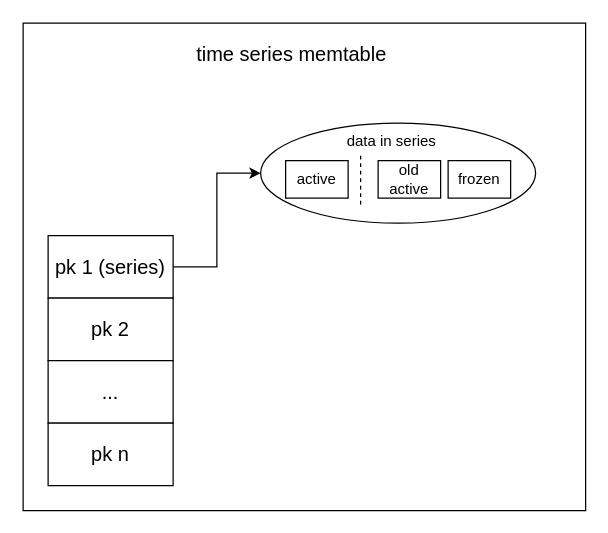
Before: memtable.drawio in Rachelint/drawio-store, a draw.io diagram. Source tidied: cells renumbered, new cells numbered last; positions are measured from the earlier drawing's top-left corner, leaving out a move shared by most shapes. Both pictures are drawn from the tidied source at 125%, with x=0, y=0 at pixel (22, 22).
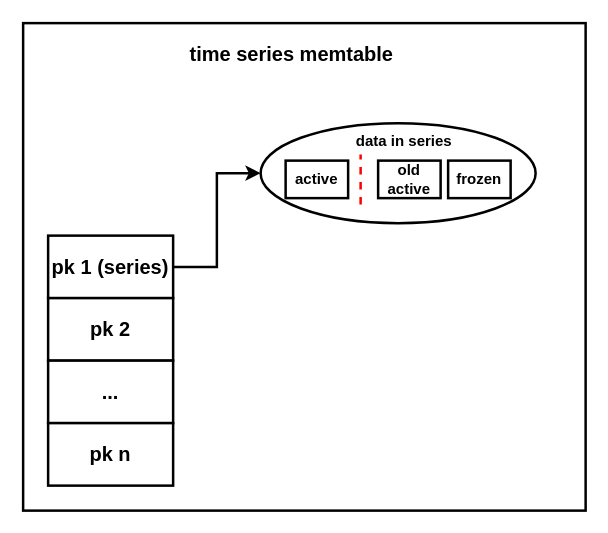
The same diagram, later.

What changed in the source:
```diff
@@
 <mxGraphModel>
   <root>
     <mxCell id="0" />
     <mxCell id="1" parent="0" />
-    <mxCell id="2" style="rounded=0;whiteSpace=wrap;html=1;" parent="1" vertex="1">
+    <mxCell id="2" style="rounded=0;whiteSpace=wrap;html=1;fontStyle=1;strokeWidth=2;" parent="1" vertex="1">
       <mxGeometry width="450" height="390" as="geometry" />
     </mxCell>
-    <mxCell id="3" style="ellipse;whiteSpace=wrap;html=1;" parent="1" vertex="1">
+    <mxCell id="3" style="ellipse;whiteSpace=wrap;html=1;fontStyle=1;strokeWidth=2;" parent="1" vertex="1">
       <mxGeometry x="190" y="80" width="220" height="80" as="geometry" />
     </mxCell>
-    <mxCell id="4" style="edgeStyle=orthogonalEdgeStyle;rounded=0;jettySize=auto;html=1;exitX=1;exitY=0.5;exitDx=0;exitDy=0;entryX=0;entryY=0.5;entryDx=0;entryDy=0;" parent="1" edge="1" source="5" target="3">
+    <mxCell id="4" style="edgeStyle=orthogonalEdgeStyle;rounded=0;jettySize=auto;html=1;exitX=1;exitY=0.5;exitDx=0;exitDy=0;entryX=0;entryY=0.5;entryDx=0;entryDy=0;fontStyle=1;strokeWidth=2;" parent="1" edge="1" source="5" target="3">
       <mxGeometry relative="1" as="geometry" />
     </mxCell>
-    <mxCell id="5" value="&lt;font style=&quot;font-size: 16px;&quot;&gt;pk 1 (series)&lt;/font&gt;" style="rounded=0;whiteSpace=wrap;html=1;" parent="1" vertex="1">
+    <mxCell id="5" value="&lt;font style=&quot;font-size: 16px;&quot;&gt;pk 1 (series)&lt;/font&gt;" style="rounded=0;whiteSpace=wrap;html=1;fontStyle=1;strokeWidth=2;" parent="1" vertex="1">
       <mxGeometry x="20" y="170" width="100" height="50" as="geometry" />
     </mxCell>
-    <mxCell id="6" value="&lt;font style=&quot;font-size: 16px;&quot;&gt;pk 2&lt;/font&gt;" style="rounded=0;whiteSpace=wrap;html=1;" parent="1" vertex="1">
+    <mxCell id="6" value="&lt;font style=&quot;font-size: 16px;&quot;&gt;pk 2&lt;/font&gt;" style="rounded=0;whiteSpace=wrap;html=1;fontStyle=1;strokeWidth=2;" parent="1" vertex="1">
       <mxGeometry x="20" y="220" width="100" height="50" as="geometry" />
     </mxCell>
-    <mxCell id="7" value="&lt;font style=&quot;font-size: 16px;&quot;&gt;...&lt;/font&gt;" style="rounded=0;whiteSpace=wrap;html=1;" parent="1" vertex="1">
+    <mxCell id="7" value="&lt;font style=&quot;font-size: 16px;&quot;&gt;...&lt;/font&gt;" style="rounded=0;whiteSpace=wrap;html=1;fontStyle=1;strokeWidth=2;" parent="1" vertex="1">
       <mxGeometry x="20" y="270" width="100" height="50" as="geometry" />
     </mxCell>
-    <mxCell id="8" value="&lt;font style=&quot;font-size: 16px;&quot;&gt;pk n&lt;/font&gt;" style="rounded=0;whiteSpace=wrap;html=1;" parent="1" vertex="1">
+    <mxCell id="8" value="&lt;font style=&quot;font-size: 16px;&quot;&gt;pk n&lt;/font&gt;" style="rounded=0;whiteSpace=wrap;html=1;fontStyle=1;strokeWidth=2;" parent="1" vertex="1">
       <mxGeometry x="20" y="320" width="100" height="50" as="geometry" />
     </mxCell>
-    <mxCell id="9" value="&lt;div&gt;old&lt;/div&gt;&lt;div&gt;active&lt;br&gt;&lt;/div&gt;" style="rounded=0;whiteSpace=wrap;html=1;" parent="1" vertex="1">
+    <mxCell id="9" value="&lt;div&gt;old&lt;/div&gt;&lt;div&gt;active&lt;br&gt;&lt;/div&gt;" style="rounded=0;whiteSpace=wrap;html=1;fontStyle=1;strokeWidth=2;" parent="1" vertex="1">
       <mxGeometry x="284" y="110" width="50" height="30" as="geometry" />
     </mxCell>
-    <mxCell id="10" value="frozen" style="rounded=0;whiteSpace=wrap;html=1;" parent="1" vertex="1">
+    <mxCell id="10" value="frozen" style="rounded=0;whiteSpace=wrap;html=1;fontStyle=1;strokeWidth=2;" parent="1" vertex="1">
       <mxGeometry x="340" y="110" width="50" height="30" as="geometry" />
     </mxCell>
-    <mxCell id="11" value="active" style="rounded=0;whiteSpace=wrap;html=1;" parent="1" vertex="1">
+    <mxCell id="11" value="active" style="rounded=0;whiteSpace=wrap;html=1;fontStyle=1;strokeWidth=2;" parent="1" vertex="1">
       <mxGeometry x="210" y="110" width="50" height="30" as="geometry" />
     </mxCell>
-    <mxCell id="12" value="data in series" style="text;html=1;strokeColor=none;fillColor=none;align=center;verticalAlign=middle;whiteSpace=wrap;rounded=0;" parent="1" vertex="1">
-      <mxGeometry x="250" y="80" width="90" height="30" as="geometry" />
+    <mxCell id="12" value="data in series" style="text;html=1;strokeColor=none;fillColor=none;align=center;verticalAlign=middle;whiteSpace=wrap;rounded=0;fontStyle=1;strokeWidth=2;" parent="1" vertex="1">
+      <mxGeometry x="260" y="80" width="90" height="30" as="geometry" />
     </mxCell>
-    <mxCell id="13" style="endArrow=none;dashed=1;html=1;rounded=0;" parent="1" edge="1">
+    <mxCell id="13" style="endArrow=none;dashed=1;html=1;rounded=0;strokeColor=#FF0000;fontStyle=1;fontSize=15;strokeWidth=2;" parent="1" edge="1">
       <mxGeometry relative="1" as="geometry">
         <mxPoint x="270" y="145" as="sourcePoint" />
         <mxPoint x="270" y="105" as="targetPoint" />
       </mxGeometry>
     </mxCell>
-    <mxCell id="14" value="&lt;font style=&quot;font-size: 16px;&quot;&gt;time series memtable&lt;/font&gt;" style="text;html=1;strokeColor=none;fillColor=none;align=center;verticalAlign=middle;whiteSpace=wrap;rounded=0;" parent="1" vertex="1">
+    <mxCell id="14" value="&lt;font style=&quot;font-size: 16px;&quot;&gt;time series memtable&lt;/font&gt;" style="text;html=1;strokeColor=none;fillColor=none;align=center;verticalAlign=middle;whiteSpace=wrap;rounded=0;fontStyle=1;strokeWidth=2;" parent="1" vertex="1">
       <mxGeometry x="130" y="10" width="170" height="30" as="geometry" />
     </mxCell>
   </root>
 </mxGraphModel>
```
